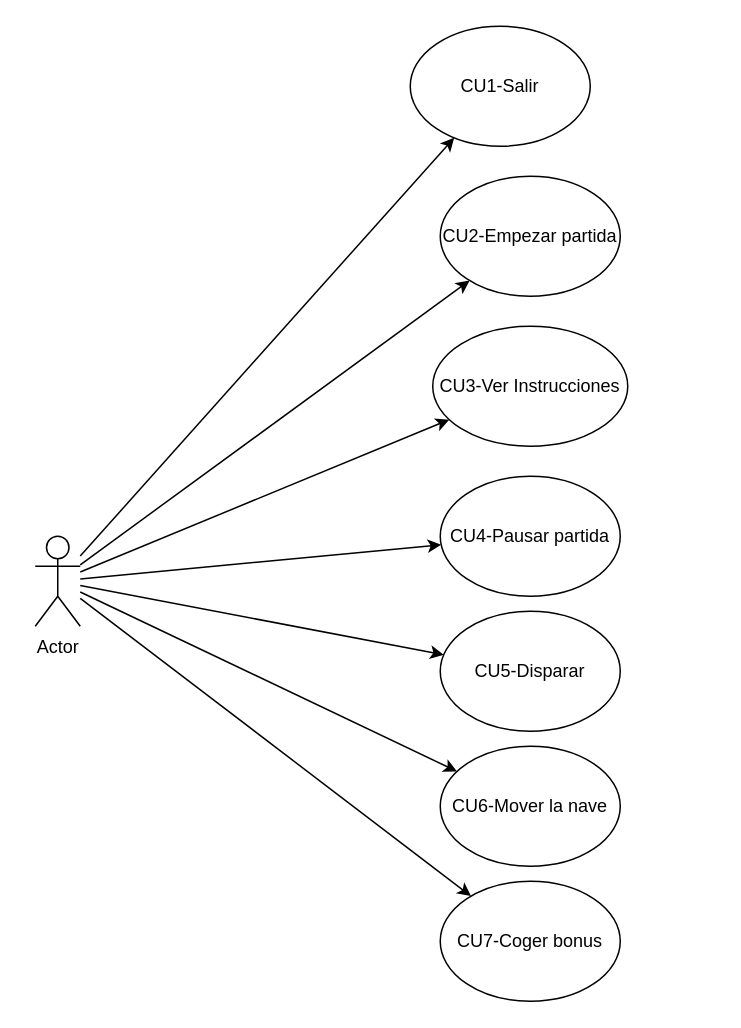
josebailon/space_attack keeps this draw.io diagram as documentos/Casos de uso.drawio. Above is the earlier version. Source tidied: cells renumbered, new cells numbered last; positions are measured from the earlier drawing's top-left corner, leaving out a move shared by most shapes. Both pictures are drawn from the tidied source at 150%, with x=0, y=0 at pixel (34, 26).
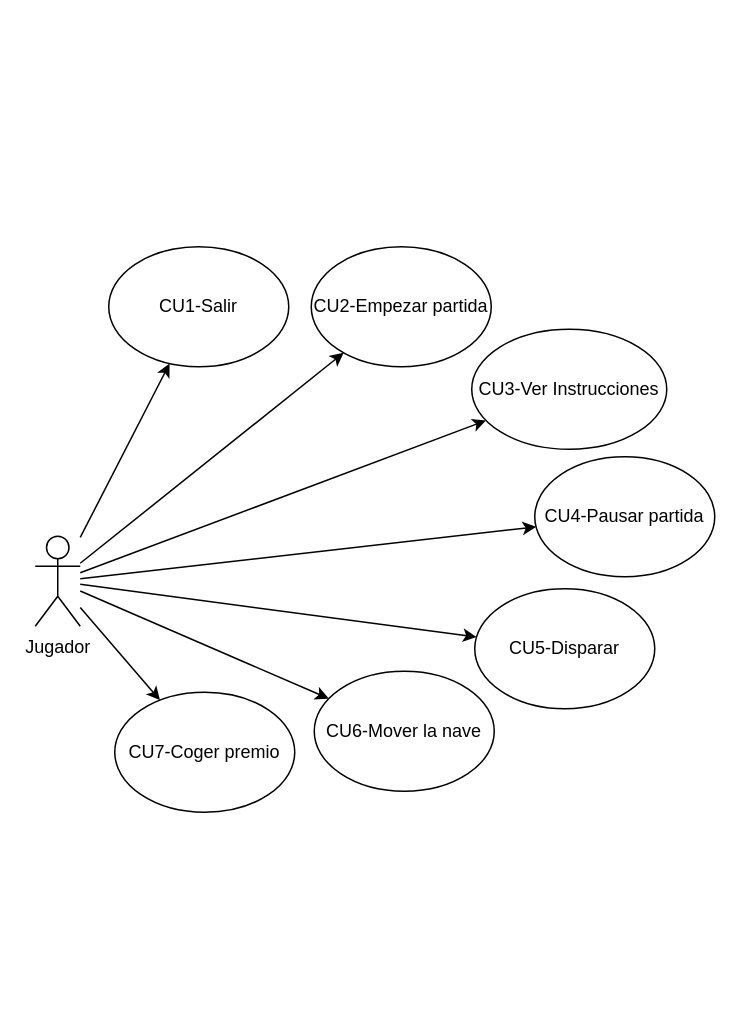
The same page after the edit.

Diff of the diagram source:
```diff
@@
 <mxGraphModel>
   <root>
     <mxCell id="0" />
     <mxCell id="1" parent="0" />
     <mxCell id="2" style="edgeStyle=none;rounded=0;jettySize=auto;html=1;" parent="1" edge="1" source="9" target="10">
       <mxGeometry relative="1" as="geometry" />
     </mxCell>
     <mxCell id="3" style="edgeStyle=none;rounded=0;jettySize=auto;html=1;" parent="1" edge="1" source="9" target="11">
       <mxGeometry relative="1" as="geometry" />
     </mxCell>
     <mxCell id="4" style="edgeStyle=none;rounded=0;jettySize=auto;html=1;" parent="1" edge="1" source="9" target="12">
       <mxGeometry relative="1" as="geometry" />
     </mxCell>
     <mxCell id="5" style="edgeStyle=none;rounded=0;jettySize=auto;html=1;" parent="1" edge="1" source="9" target="13">
       <mxGeometry relative="1" as="geometry" />
     </mxCell>
     <mxCell id="6" style="edgeStyle=none;rounded=0;jettySize=auto;html=1;" parent="1" edge="1" source="9" target="14">
       <mxGeometry relative="1" as="geometry" />
     </mxCell>
     <mxCell id="7" style="edgeStyle=none;rounded=0;jettySize=auto;html=1;" parent="1" edge="1" source="9" target="15">
       <mxGeometry relative="1" as="geometry" />
     </mxCell>
     <mxCell id="8" style="edgeStyle=none;rounded=0;jettySize=auto;html=1;" parent="1" edge="1" source="9" target="16">
       <mxGeometry relative="1" as="geometry" />
     </mxCell>
-    <mxCell id="9" value="Actor" style="shape=umlActor;verticalLabelPosition=bottom;verticalAlign=top;html=1;outlineConnect=0;" parent="1" vertex="1">
+    <mxCell id="9" value="Jugador" style="shape=umlActor;verticalLabelPosition=bottom;verticalAlign=top;html=1;outlineConnect=0;" parent="1" vertex="1">
       <mxGeometry y="340" width="30" height="60" as="geometry" />
     </mxCell>
     <mxCell id="10" value="CU2-Empezar partida" style="ellipse;whiteSpace=wrap;html=1;" parent="1" vertex="1">
-      <mxGeometry x="270" y="100" width="120" height="80" as="geometry" />
+      <mxGeometry x="184" y="147" width="120" height="80" as="geometry" />
     </mxCell>
     <mxCell id="11" value="CU1-Salir" style="ellipse;whiteSpace=wrap;html=1;" parent="1" vertex="1">
-      <mxGeometry x="250" width="120" height="80" as="geometry" />
+      <mxGeometry x="49" y="147" width="120" height="80" as="geometry" />
     </mxCell>
     <mxCell id="12" value="CU4-Pausar partida" style="ellipse;whiteSpace=wrap;html=1;" parent="1" vertex="1">
-      <mxGeometry x="270" y="300" width="120" height="80" as="geometry" />
+      <mxGeometry x="333" y="287" width="120" height="80" as="geometry" />
     </mxCell>
     <mxCell id="13" value="CU5-Disparar" style="ellipse;whiteSpace=wrap;html=1;" parent="1" vertex="1">
-      <mxGeometry x="270" y="390" width="120" height="80" as="geometry" />
+      <mxGeometry x="293" y="375" width="120" height="80" as="geometry" />
     </mxCell>
     <mxCell id="14" value="CU6-Mover la nave" style="ellipse;whiteSpace=wrap;html=1;" parent="1" vertex="1">
-      <mxGeometry x="270" y="480" width="120" height="80" as="geometry" />
+      <mxGeometry x="186" y="430" width="120" height="80" as="geometry" />
     </mxCell>
     <mxCell id="15" value="CU3-Ver Instrucciones" style="ellipse;whiteSpace=wrap;html=1;" parent="1" vertex="1">
-      <mxGeometry x="265" y="200" width="130" height="80" as="geometry" />
+      <mxGeometry x="291" y="202" width="130" height="80" as="geometry" />
     </mxCell>
-    <mxCell id="16" value="CU7-Coger bonus" style="ellipse;whiteSpace=wrap;html=1;" parent="1" vertex="1">
-      <mxGeometry x="270" y="570" width="120" height="80" as="geometry" />
+    <mxCell id="16" value="CU7-Coger premio" style="ellipse;whiteSpace=wrap;html=1;" parent="1" vertex="1">
+      <mxGeometry x="53" y="444" width="120" height="80" as="geometry" />
     </mxCell>
   </root>
 </mxGraphModel>
```
